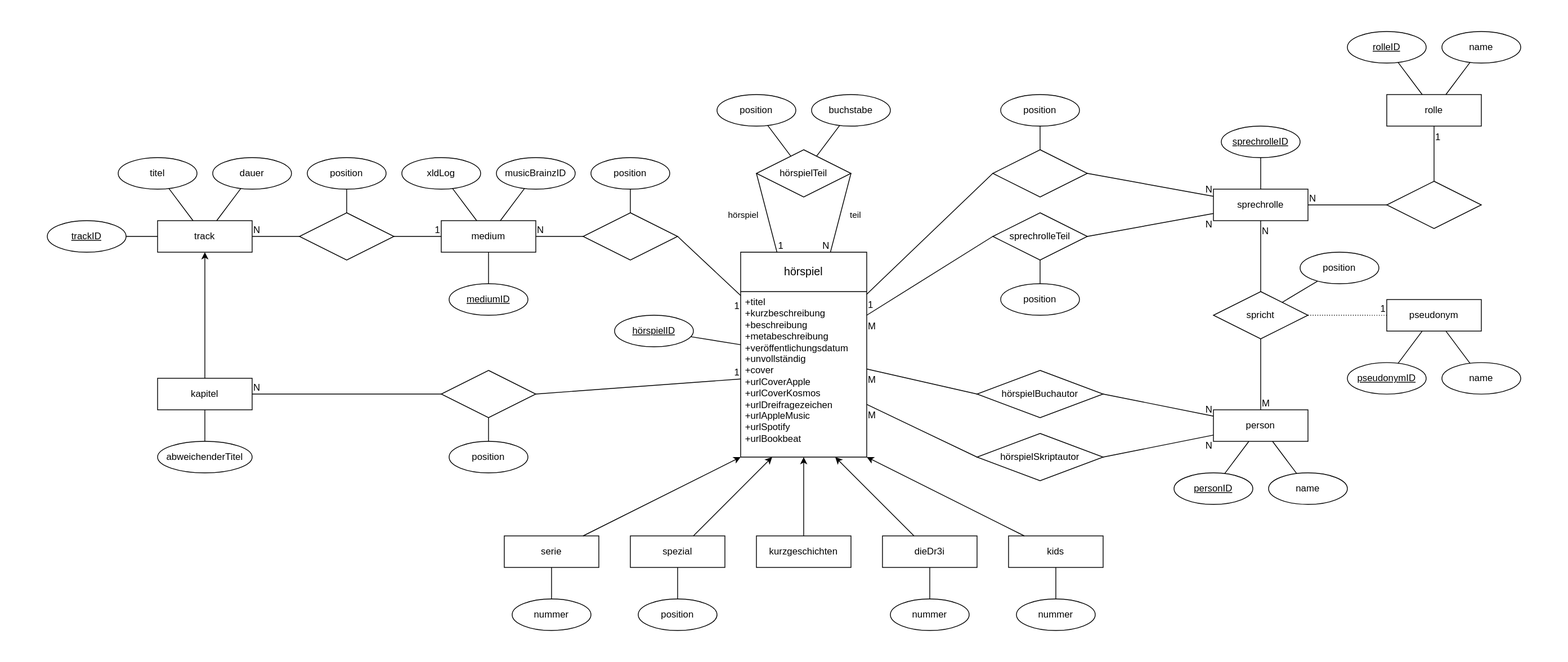
YourMJK/dreimetadaten keeps this draw.io diagram as model/relationalModel.svg. Above is the earlier version. Source tidied: cells renumbered, new cells last; positions are measured from the earlier drawing's top-left corner, leaving out a move shared by most shapes.
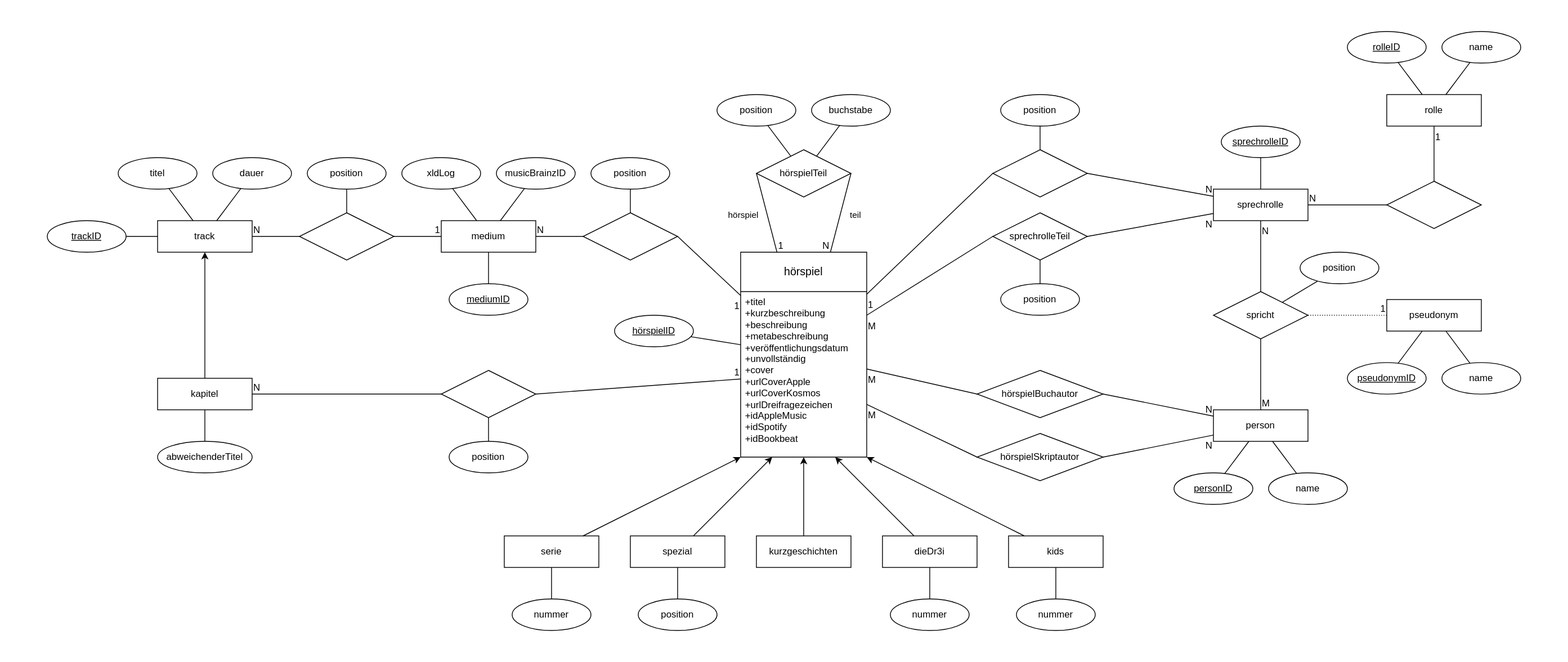
The same diagram one commit later.

Commit message:
code: Changed relational model to save only IDs instead of URLs for Apple Music, Spotify, Bookbeat (#69)

Diff of the diagram source:
```diff
@@ -8,7 +8,7 @@
     <mxCell id="3" value="hörspiel" style="swimlane;horizontal=1;startSize=50;rounded=1;fontSize=14;fontStyle=0;strokeWidth=1;shadow=0;dashed=0;align=center;arcSize=0;whiteSpace=wrap;html=1;" parent="1" vertex="1">
       <mxGeometry x="880" y="280" width="160" height="260" as="geometry" />
     </mxCell>
-    <mxCell id="4" value="&lt;div&gt;+titel&lt;br&gt;&lt;/div&gt;&lt;div&gt;+kurzbeschreibung&lt;/div&gt;&lt;div&gt;+beschreibung&lt;/div&gt;&lt;div&gt;+metabeschreibung&lt;/div&gt;&lt;div&gt;+veröffentlichungsdatum&lt;/div&gt;&lt;div&gt;+unvollständig&lt;/div&gt;&lt;div&gt;+cover&lt;/div&gt;&lt;div&gt;+urlCoverApple&lt;/div&gt;&lt;div&gt;+urlCoverKosmos&lt;/div&gt;&lt;div&gt;+urlDreifragezeichen&lt;/div&gt;&lt;div&gt;+urlAppleMusic&lt;/div&gt;&lt;div&gt;+urlSpotify&lt;/div&gt;&lt;div&gt;+urlBookbeat&lt;/div&gt;" style="align=left;strokeColor=none;fillColor=none;spacingLeft=4;fontSize=12;verticalAlign=top;html=1;" parent="3" vertex="1">
+    <mxCell id="4" value="&lt;div&gt;+titel&lt;br&gt;&lt;/div&gt;&lt;div&gt;+kurzbeschreibung&lt;/div&gt;&lt;div&gt;+beschreibung&lt;/div&gt;&lt;div&gt;+metabeschreibung&lt;/div&gt;&lt;div&gt;+veröffentlichungsdatum&lt;/div&gt;&lt;div&gt;+unvollständig&lt;/div&gt;&lt;div&gt;+cover&lt;/div&gt;&lt;div&gt;+urlCoverApple&lt;/div&gt;&lt;div&gt;+urlCoverKosmos&lt;/div&gt;&lt;div&gt;+urlDreifragezeichen&lt;/div&gt;&lt;div&gt;+idAppleMusic&lt;/div&gt;&lt;div&gt;+idSpotify&lt;/div&gt;&lt;div&gt;+idBookbeat&lt;/div&gt;" style="align=left;strokeColor=none;fillColor=none;spacingLeft=4;fontSize=12;verticalAlign=top;html=1;" parent="3" vertex="1">
       <mxGeometry y="50" width="160" height="210" as="geometry" />
     </mxCell>
     <mxCell id="5" style="edgeStyle=orthogonalEdgeStyle;rounded=0;orthogonalLoop=1;jettySize=auto;html=1;exitX=0.5;exitY=1;exitDx=0;exitDy=0;" parent="3" edge="1" source="4" target="4">
```
